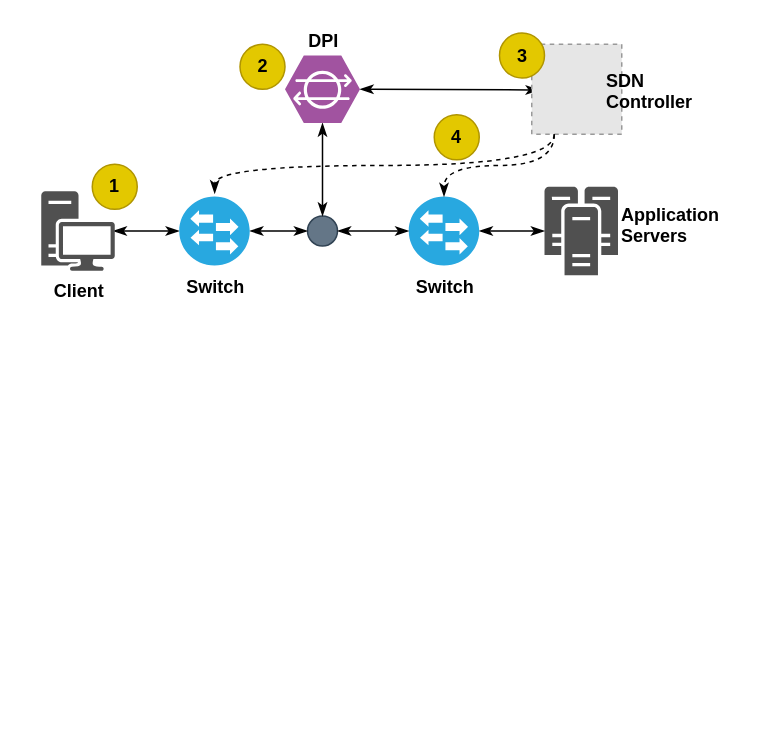
Earlier version of the draw.io diagram stateful-processing.drawio (deepaknadig/draw.io). Source tidied: cells renumbered, new cells numbered last; positions are measured from the earlier drawing's top-left corner, leaving out a move shared by most shapes. Both pictures are drawn from the tidied source at 150%, with x=0, y=0 at pixel (40, 26). Pictures stored in the file or linked from it are replaced by grey dashed boxes.
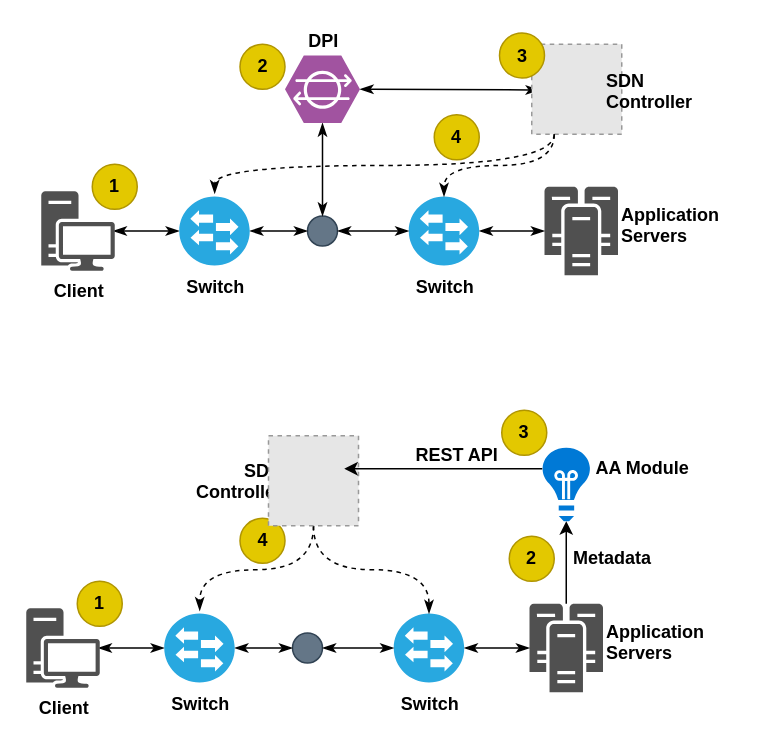
The same diagram, later.

The edit, as a diff of the source:
```diff
@@
+    <mxCell id="25" style="group;" parent="1" vertex="1">
+      <mxGeometry x="-10" y="256" width="465" height="188" as="geometry" />
+    </mxCell>
+    <mxCell id="26" style="edgeStyle=none;rounded=0;jettySize=auto;html=1;entryX=0;entryY=0.5;entryDx=0;entryDy=0;entryPerimeter=0;startArrow=classicThin;startFill=1;endArrow=classicThin;endFill=1;" parent="25" edge="1" target="37">
+      <mxGeometry relative="1" as="geometry">
+        <mxPoint x="48" y="158.5" as="sourcePoint" />
+      </mxGeometry>
+    </mxCell>
+    <mxCell id="27" style="ellipse;whiteSpace=wrap;html=1;fillColor=#647687;strokeColor=#314354;fontColor=#ffffff;" parent="25" vertex="1">
+      <mxGeometry x="177.5" y="148.5" width="20" height="20" as="geometry" />
+    </mxCell>
+    <mxCell id="28" style="edgeStyle=none;rounded=0;jettySize=auto;html=1;exitX=1;exitY=0.5;exitDx=0;exitDy=0;exitPerimeter=0;entryX=0;entryY=0.5;entryDx=0;entryDy=0;startArrow=classicThin;startFill=1;endArrow=classicThin;endFill=1;" parent="25" edge="1" source="37" target="27">
+      <mxGeometry relative="1" as="geometry" />
+    </mxCell>
+    <mxCell id="29" style="shadow=0;dashed=0;html=1;strokeColor=none;fillColor=#505050;labelPosition=center;verticalLabelPosition=bottom;verticalAlign=top;outlineConnect=0;align=center;shape=mxgraph.office.servers.cluster_server;" parent="25" vertex="1">
+      <mxGeometry x="335.5" y="129" width="49" height="59" as="geometry" />
+    </mxCell>
+    <mxCell id="30" style="edgeStyle=none;rounded=0;jettySize=auto;html=1;exitX=1;exitY=0.5;exitDx=0;exitDy=0;exitPerimeter=0;startArrow=classicThin;startFill=1;endArrow=classicThin;endFill=1;" parent="25" edge="1" source="39" target="29">
+      <mxGeometry relative="1" as="geometry" />
+    </mxCell>
+    <mxCell id="31" value="&lt;div&gt;&lt;b&gt;Application&lt;/b&gt;&lt;/div&gt;&lt;div&gt;&lt;b&gt;Servers&lt;br&gt;&lt;/b&gt;&lt;/div&gt;" style="text;html=1;align=left;verticalAlign=top;spacingTop=-4;" parent="25" vertex="1">
+      <mxGeometry x="385" y="137.5" width="80" height="30" as="geometry" />
+    </mxCell>
+    <mxCell id="32" value="&lt;b&gt;Client&lt;/b&gt;" style="shadow=0;dashed=0;html=1;strokeColor=none;fillColor=#505050;labelPosition=center;verticalLabelPosition=bottom;verticalAlign=top;align=center;shape=mxgraph.office.devices.workstation;" parent="25" vertex="1">
+      <mxGeometry y="132" width="49" height="53" as="geometry" />
+    </mxCell>
+    <mxCell id="33" value="&lt;b&gt;1&lt;/b&gt;" style="ellipse;whiteSpace=wrap;html=1;fillColor=#e3c800;align=center;strokeColor=#B09500;fontColor=#000000;" parent="25" vertex="1">
+      <mxGeometry x="34" y="114" width="30" height="30" as="geometry" />
+    </mxCell>
+    <mxCell id="34" value="&lt;b&gt;2&lt;/b&gt;" style="ellipse;whiteSpace=wrap;html=1;fillColor=#e3c800;align=center;strokeColor=#B09500;fontColor=#000000;" parent="25" vertex="1">
+      <mxGeometry x="322" y="84" width="30" height="30" as="geometry" />
+    </mxCell>
+    <mxCell id="35" value="&lt;b&gt;3&lt;/b&gt;" style="ellipse;whiteSpace=wrap;html=1;fillColor=#e3c800;align=center;strokeColor=#B09500;fontColor=#000000;" parent="25" vertex="1">
+      <mxGeometry x="317" width="30" height="30" as="geometry" />
+    </mxCell>
+    <mxCell id="36" value="4" style="ellipse;whiteSpace=wrap;html=1;fillColor=#e3c800;align=center;strokeColor=#B09500;fontColor=#000000;fontStyle=1;" parent="25" vertex="1">
+      <mxGeometry x="142.5" y="72" width="30" height="30" as="geometry" />
+    </mxCell>
+    <mxCell id="37" value="&lt;b&gt;Switch&lt;/b&gt;" style="verticalLabelPosition=bottom;html=1;fillColor=#28A8E0;verticalAlign=top;points=[[0.145,0.145,0],[0.8555,0.145,0],[0.855,0.855,0],[0.145,0.855,0],[0.5,0,0], [1,0.5,0], [0.5,1,0],[0,0.5,0]];align=center;shape=mxgraph.cisco_safe.capability.l2_switching;fontColor=#000000;" parent="25" vertex="1">
+      <mxGeometry x="92" y="135.5" width="47" height="46" as="geometry" />
+    </mxCell>
+    <mxCell id="38" style="edgeStyle=orthogonalEdgeStyle;curved=1;rounded=0;jettySize=auto;html=1;exitX=0.5;exitY=1;exitDx=0;exitDy=0;entryX=0.503;entryY=-0.041;entryDx=0;entryDy=0;entryPerimeter=0;dashed=1;startArrow=none;startFill=0;endArrow=classicThin;endFill=1;strokeColor=#000000;" parent="25" edge="1" source="46" target="37">
+      <mxGeometry relative="1" as="geometry" />
+    </mxCell>
+    <mxCell id="39" value="&lt;b&gt;Switch&lt;/b&gt;" style="verticalLabelPosition=bottom;html=1;fillColor=#28A8E0;verticalAlign=top;points=[[0.145,0.145,0],[0.8555,0.145,0],[0.855,0.855,0],[0.145,0.855,0],[0.5,0,0], [1,0.5,0], [0.5,1,0],[0,0.5,0]];align=center;shape=mxgraph.cisco_safe.capability.l2_switching;fontColor=#000000;" parent="25" vertex="1">
+      <mxGeometry x="245" y="135.5" width="47" height="46" as="geometry" />
+    </mxCell>
+    <mxCell id="40" style="edgeStyle=none;rounded=0;jettySize=auto;html=1;exitX=1;exitY=0.5;exitDx=0;exitDy=0;entryX=0;entryY=0.5;entryDx=0;entryDy=0;entryPerimeter=0;startArrow=classicThin;startFill=1;endArrow=classicThin;endFill=1;" parent="25" edge="1" source="27" target="39">
+      <mxGeometry relative="1" as="geometry" />
+    </mxCell>
+    <mxCell id="41" style="edgeStyle=orthogonalEdgeStyle;curved=1;rounded=0;jettySize=auto;html=1;exitX=0.5;exitY=1;exitDx=0;exitDy=0;dashed=1;startArrow=none;startFill=0;endArrow=classicThin;endFill=1;strokeColor=#000000;entryX=0.5;entryY=0;entryDx=0;entryDy=0;entryPerimeter=0;" parent="25" edge="1" source="46" target="39">
+      <mxGeometry relative="1" as="geometry" />
+    </mxCell>
+    <mxCell id="42" style="shadow=0;dashed=0;html=1;strokeColor=none;labelPosition=center;verticalLabelPosition=bottom;verticalAlign=top;align=center;shape=mxgraph.mscae.cloud.application_insights;fillColor=#0079D6;" parent="25" vertex="1">
+      <mxGeometry x="344" y="24" width="32" height="50" as="geometry" />
+    </mxCell>
+    <mxCell id="43" style="edgeStyle=orthogonalEdgeStyle;rounded=0;jettySize=auto;html=1;entryX=0.5;entryY=1;entryDx=0;entryDy=0;entryPerimeter=0;" parent="25" edge="1" source="29" target="42">
+      <mxGeometry relative="1" as="geometry" />
+    </mxCell>
+    <mxCell id="44" style="group;" parent="25" vertex="1">
+      <mxGeometry x="102" y="17" width="119.5" height="60" as="geometry" />
+    </mxCell>
+    <mxCell id="45" value="&lt;div&gt;&lt;b&gt;SDN&lt;/b&gt;&lt;/div&gt;&lt;div&gt;&lt;b&gt;Controller&lt;br&gt;&lt;/b&gt;&lt;/div&gt;" style="text;html=1;align=right;verticalAlign=top;spacingTop=-4;" parent="44" vertex="1">
+      <mxGeometry y="14" width="70" height="30" as="geometry" />
+    </mxCell>
+    <mxCell id="46" style="fillColor=#E6E6E6;strokeColor=#999999;dashed=1;html=1;verticalAlign=top;verticalLabelPosition=bottom;labelBackgroundColor=#ffffff;" parent="44" vertex="1">
+      <mxGeometry x="59.5" width="60" height="60" as="geometry" />
+    </mxCell>
+    <mxCell id="47" style="edgeStyle=orthogonalEdgeStyle;rounded=0;jettySize=auto;html=1;exitX=0;exitY=0.3;exitDx=0;exitDy=0;exitPerimeter=0;entryX=0.842;entryY=0.367;entryDx=0;entryDy=0;entryPerimeter=0;" parent="25" edge="1" source="42" target="46">
+      <mxGeometry relative="1" as="geometry" />
+    </mxCell>
+    <mxCell id="48" value="&lt;div&gt;&lt;b&gt;Metadata&lt;/b&gt;&lt;/div&gt;" style="text;html=1;align=left;verticalAlign=top;spacingTop=-4;" parent="25" vertex="1">
+      <mxGeometry x="363" y="88.5" width="70" height="20" as="geometry" />
+    </mxCell>
+    <mxCell id="49" value="&lt;b&gt;REST API&lt;br&gt;&lt;/b&gt;" style="text;html=1;align=left;verticalAlign=top;spacingTop=-4;" parent="25" vertex="1">
+      <mxGeometry x="258" y="20" width="70" height="20" as="geometry" />
+    </mxCell>
+    <mxCell id="50" value="&lt;b&gt;AA Module&lt;/b&gt;" style="text;html=1;align=left;verticalAlign=top;spacingTop=-4;" parent="25" vertex="1">
+      <mxGeometry x="378" y="29" width="80" height="20" as="geometry" />
+    </mxCell>
```
